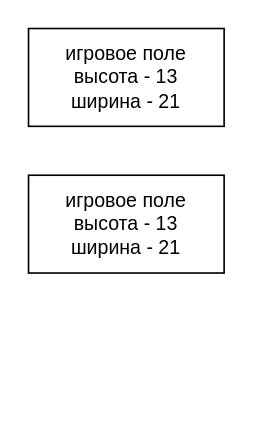
Earlier version of the draw.io diagram Диаграмма без названия.drawio (kornienko199004/100-days-of-code-frontend). Source tidied: cells renumbered, new cells numbered last; positions are measured from the earlier drawing's top-left corner, leaving out a move shared by most shapes. Both pictures are drawn from the tidied source at 163%, with x=0, y=0 at pixel (28, 28).
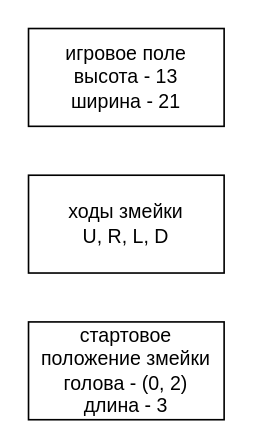
Above is the later version.

What changed in the source:
```diff
@@
 <mxGraphModel>
   <root>
     <mxCell id="0" />
     <mxCell id="1" parent="0" />
     <mxCell id="2" value="игровое поле&lt;div&gt;высота - 13&lt;/div&gt;&lt;div&gt;ширина - 21&lt;/div&gt;" style="rounded=0;whiteSpace=wrap;html=1;" parent="1" vertex="1">
       <mxGeometry width="120" height="60" as="geometry" />
     </mxCell>
-    <mxCell id="3" value="игровое поле&lt;div&gt;высота - 13&lt;/div&gt;&lt;div&gt;ширина - 21&lt;/div&gt;" style="rounded=0;whiteSpace=wrap;html=1;" parent="1" vertex="1">
+    <mxCell id="3" value="ходы змейки&lt;div&gt;U, R, L, D&lt;/div&gt;" style="rounded=0;whiteSpace=wrap;html=1;" parent="1" vertex="1">
       <mxGeometry y="90" width="120" height="60" as="geometry" />
     </mxCell>
+    <mxCell id="4" value="стартовое положение змейки&lt;div&gt;голова - (0, 2)&lt;/div&gt;&lt;div&gt;длина - 3&lt;/div&gt;" style="rounded=0;whiteSpace=wrap;html=1;" parent="1" vertex="1">
+      <mxGeometry y="180" width="120" height="60" as="geometry" />
+    </mxCell>
   </root>
 </mxGraphModel>
```
